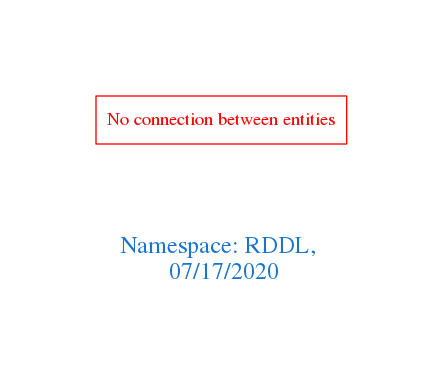
Earlier version of the Graphviz export downloads/RDDL.png (arago/OGIT). Its source is kept beside it as downloads/RDDL.dot.
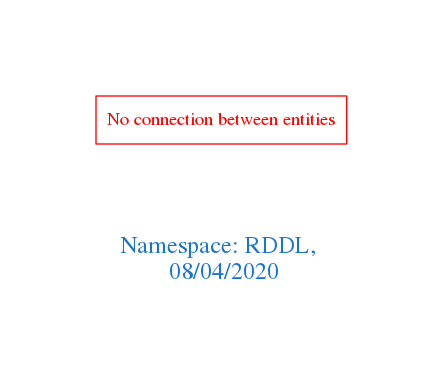
Above is the later version.

Change to the diagram source:
```diff
@@ -1,7 +1,7 @@
 digraph OGIT_ontology {
  graph [ rankdir= LR,pad=1
 fontsize = 18,
-fontcolor= dodgerblue3,label = "\n\n\nNamespace: RDDL, \n 07/17/2020"];
+fontcolor= dodgerblue3,label = "\n\n\nNamespace: RDDL, \n 08/04/2020"];
 node[shape=polygon];
 edge [  color="gray81"];
 
```
